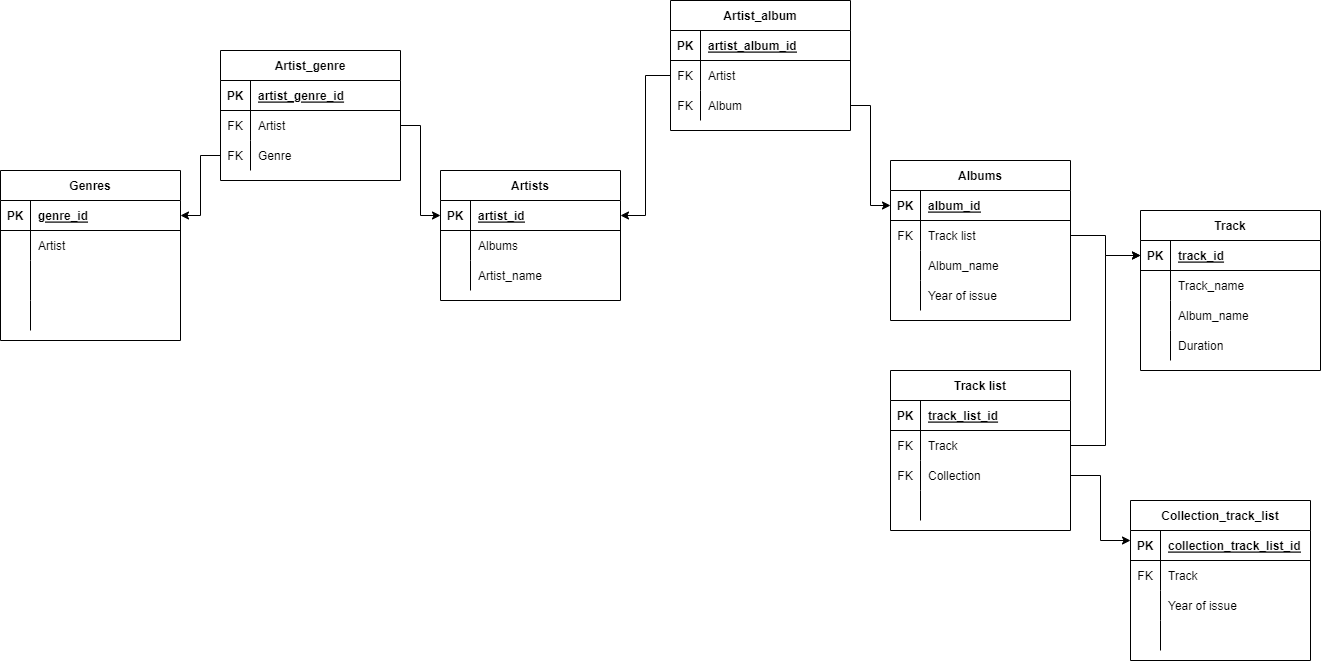
This is sqlpy_dz_2.drawio.png from NoL1eZ/sqlpy_dz_2, a draw.io export, as it was before one commit. Source tidied: cells renumbered, new cells last; positions are measured from the earlier drawing's top-left corner, leaving out a move shared by most shapes.
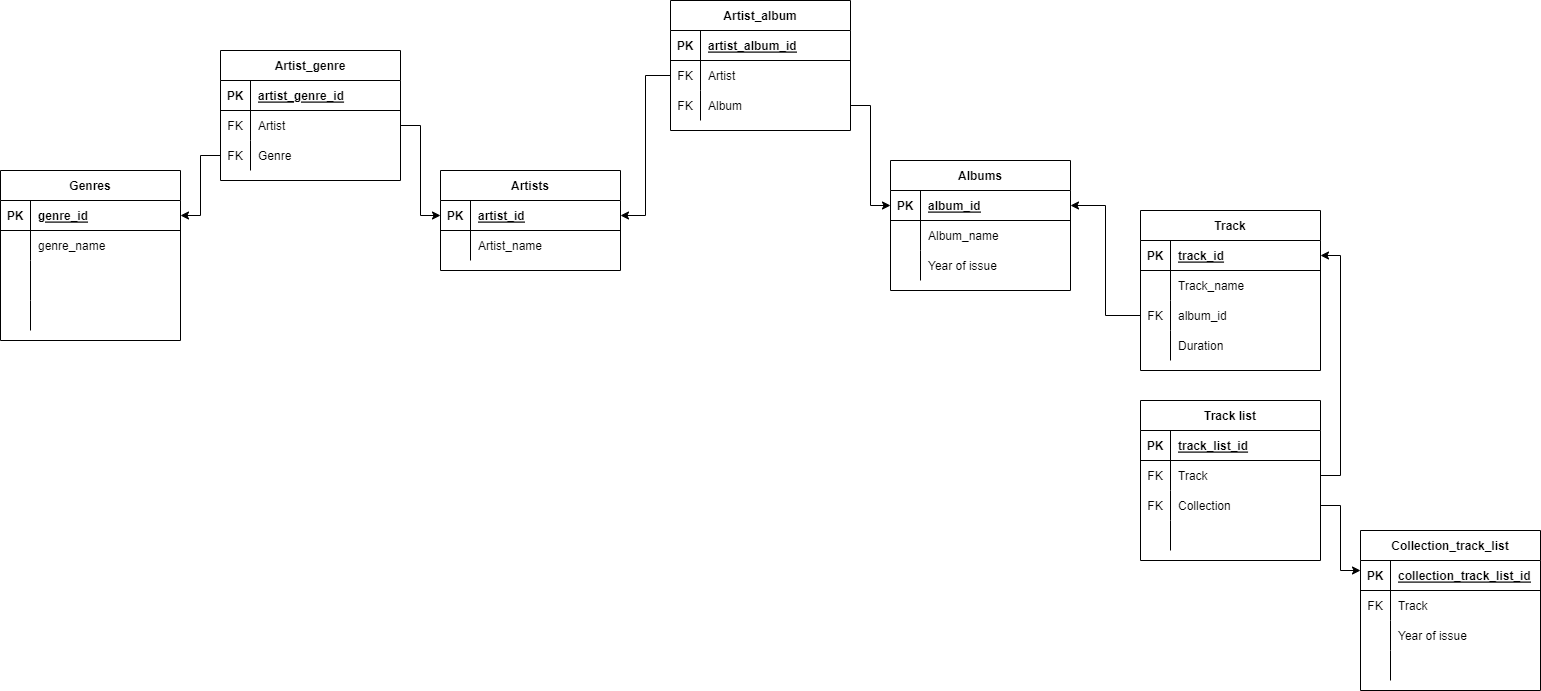
After the commit.

The edit, as a diff of the source:
```diff
@@ -20,7 +20,7 @@
     <mxCell id="7" style="shape=partialRectangle;fillColor=none;top=0;left=0;bottom=0;right=0;overflow=hidden;" parent="6" vertex="1">
       <mxGeometry width="30" height="30" as="geometry" />
     </mxCell>
-    <mxCell id="8" value="Artist" style="shape=partialRectangle;fillColor=none;top=0;left=0;bottom=0;right=0;align=left;spacingLeft=6;overflow=hidden;" parent="6" vertex="1">
+    <mxCell id="8" value="genre_name" style="shape=partialRectangle;fillColor=none;top=0;left=0;bottom=0;right=0;align=left;spacingLeft=6;overflow=hidden;" parent="6" vertex="1">
       <mxGeometry x="30" width="150" height="30" as="geometry" />
     </mxCell>
     <mxCell id="9" style="shape=tableRow;horizontal=0;startSize=0;swimlaneHead=0;swimlaneBody=0;fillColor=none;top=0;left=0;right=0;bottom=0;" parent="2" vertex="1">
@@ -42,7 +42,7 @@
       <mxGeometry x="30" width="150" height="30" as="geometry" />
     </mxCell>
     <mxCell id="15" value="Artists" style="shape=table;startSize=30;rowLines=0;fontStyle=1;align=center;" parent="1" vertex="1">
-      <mxGeometry x="440" y="170" width="180" height="130" as="geometry" />
+      <mxGeometry x="440" y="170" width="180" height="100" as="geometry" />
     </mxCell>
     <mxCell id="16" style="shape=tableRow;horizontal=0;startSize=0;swimlaneHead=0;swimlaneBody=0;fillColor=none;points=[[0,0.5],[1,0.5]];portConstraint=eastwest;top=0;left=0;right=0;bottom=1;" parent="15" vertex="1">
       <mxGeometry y="30" width="180" height="30" as="geometry" />
@@ -53,17 +53,8 @@
     <mxCell id="18" value="artist_id" style="shape=partialRectangle;fillColor=none;top=0;left=0;bottom=0;right=0;align=left;spacingLeft=6;fontStyle=5;overflow=hidden;" parent="16" vertex="1">
       <mxGeometry x="30" width="150" height="30" as="geometry" />
     </mxCell>
-    <mxCell id="19" style="shape=tableRow;horizontal=0;startSize=0;swimlaneHead=0;swimlaneBody=0;fillColor=none;top=0;left=0;right=0;bottom=0;" parent="15" vertex="1">
-      <mxGeometry y="60" width="180" height="30" as="geometry" />
-    </mxCell>
-    <mxCell id="20" style="shape=partialRectangle;fillColor=none;top=0;left=0;bottom=0;right=0;overflow=hidden;" parent="19" vertex="1">
-      <mxGeometry width="30" height="30" as="geometry" />
-    </mxCell>
-    <mxCell id="21" value="Albums" style="shape=partialRectangle;fillColor=none;top=0;left=0;bottom=0;right=0;align=left;spacingLeft=6;overflow=hidden;" parent="19" vertex="1">
-      <mxGeometry x="30" width="150" height="30" as="geometry" />
-    </mxCell>
     <mxCell id="22" style="shape=tableRow;horizontal=0;startSize=0;swimlaneHead=0;swimlaneBody=0;fillColor=none;top=0;left=0;right=0;bottom=0;" parent="15" vertex="1">
-      <mxGeometry y="90" width="180" height="30" as="geometry" />
+      <mxGeometry y="60" width="180" height="30" as="geometry" />
     </mxCell>
     <mxCell id="23" style="shape=partialRectangle;fillColor=none;top=0;left=0;bottom=0;right=0;overflow=hidden;" parent="22" vertex="1">
       <mxGeometry width="30" height="30" as="geometry" />
@@ -72,7 +63,7 @@
       <mxGeometry x="30" width="150" height="30" as="geometry" />
     </mxCell>
     <mxCell id="25" value="Albums" style="shape=table;startSize=30;rowLines=0;fontStyle=1;align=center;" parent="1" vertex="1">
-      <mxGeometry x="890" y="160" width="180" height="160" as="geometry" />
+      <mxGeometry x="890" y="160" width="180" height="130" as="geometry" />
     </mxCell>
     <mxCell id="26" style="shape=tableRow;horizontal=0;startSize=0;swimlaneHead=0;swimlaneBody=0;fillColor=none;points=[[0,0.5],[1,0.5]];portConstraint=eastwest;top=0;left=0;right=0;bottom=1;" parent="25" vertex="1">
       <mxGeometry y="30" width="180" height="30" as="geometry" />
@@ -83,17 +74,8 @@
     <mxCell id="28" value="album_id" style="shape=partialRectangle;fillColor=none;top=0;left=0;bottom=0;right=0;align=left;spacingLeft=6;fontStyle=5;overflow=hidden;" parent="26" vertex="1">
       <mxGeometry x="30" width="150" height="30" as="geometry" />
     </mxCell>
-    <mxCell id="29" style="shape=tableRow;horizontal=0;startSize=0;swimlaneHead=0;swimlaneBody=0;fillColor=none;points=[[0,0.5],[1,0.5]];portConstraint=eastwest;top=0;left=0;right=0;bottom=0;" parent="25" vertex="1">
-      <mxGeometry y="60" width="180" height="30" as="geometry" />
-    </mxCell>
-    <mxCell id="30" value="FK" style="shape=partialRectangle;fillColor=none;top=0;left=0;bottom=0;right=0;overflow=hidden;" parent="29" vertex="1">
-      <mxGeometry width="30" height="30" as="geometry" />
-    </mxCell>
-    <mxCell id="31" value="Track list" style="shape=partialRectangle;fillColor=none;top=0;left=0;bottom=0;right=0;align=left;spacingLeft=6;overflow=hidden;" parent="29" vertex="1">
-      <mxGeometry x="30" width="150" height="30" as="geometry" />
-    </mxCell>
     <mxCell id="32" style="shape=tableRow;horizontal=0;startSize=0;swimlaneHead=0;swimlaneBody=0;fillColor=none;top=0;left=0;right=0;bottom=0;" parent="25" vertex="1">
-      <mxGeometry y="90" width="180" height="30" as="geometry" />
+      <mxGeometry y="60" width="180" height="30" as="geometry" />
     </mxCell>
     <mxCell id="33" style="shape=partialRectangle;fillColor=none;top=0;left=0;bottom=0;right=0;overflow=hidden;" parent="32" vertex="1">
       <mxGeometry width="30" height="30" as="geometry" />
@@ -102,7 +84,7 @@
       <mxGeometry x="30" width="150" height="30" as="geometry" />
     </mxCell>
     <mxCell id="35" style="shape=tableRow;horizontal=0;startSize=0;swimlaneHead=0;swimlaneBody=0;fillColor=none;top=0;left=0;right=0;bottom=0;" parent="25" vertex="1">
-      <mxGeometry y="120" width="180" height="30" as="geometry" />
+      <mxGeometry y="90" width="180" height="30" as="geometry" />
     </mxCell>
     <mxCell id="36" style="shape=partialRectangle;fillColor=none;top=0;left=0;bottom=0;right=0;overflow=hidden;" parent="35" vertex="1">
       <mxGeometry width="30" height="30" as="geometry" />
@@ -111,7 +93,7 @@
       <mxGeometry x="30" width="150" height="30" as="geometry" />
     </mxCell>
     <mxCell id="38" value="Track list" style="shape=table;startSize=30;rowLines=0;fontStyle=1;align=center;" parent="1" vertex="1">
-      <mxGeometry x="890" y="370" width="180" height="160" as="geometry" />
+      <mxGeometry x="1140" y="400" width="180" height="160" as="geometry" />
     </mxCell>
     <mxCell id="39" style="shape=tableRow;horizontal=0;startSize=0;swimlaneHead=0;swimlaneBody=0;fillColor=none;top=0;left=0;right=0;bottom=1;" parent="38" vertex="1">
       <mxGeometry y="30" width="180" height="30" as="geometry" />
@@ -173,10 +155,10 @@
     <mxCell id="58" style="shape=tableRow;horizontal=0;startSize=0;swimlaneHead=0;swimlaneBody=0;fillColor=none;points=[[0,0.5],[1,0.5]];portConstraint=eastwest;top=0;left=0;right=0;bottom=0;" parent="51" vertex="1">
       <mxGeometry y="90" width="180" height="30" as="geometry" />
     </mxCell>
-    <mxCell id="59" style="shape=partialRectangle;fillColor=none;top=0;left=0;bottom=0;right=0;overflow=hidden;" parent="58" vertex="1">
+    <mxCell id="59" value="FK" style="shape=partialRectangle;fillColor=none;top=0;left=0;bottom=0;right=0;overflow=hidden;" parent="58" vertex="1">
       <mxGeometry width="30" height="30" as="geometry" />
     </mxCell>
-    <mxCell id="60" value="Album_name" style="shape=partialRectangle;fillColor=none;top=0;left=0;bottom=0;right=0;align=left;spacingLeft=6;overflow=hidden;" parent="58" vertex="1">
+    <mxCell id="60" value="album_id" style="shape=partialRectangle;fillColor=none;top=0;left=0;bottom=0;right=0;align=left;spacingLeft=6;overflow=hidden;" parent="58" vertex="1">
       <mxGeometry x="30" width="150" height="30" as="geometry" />
     </mxCell>
     <mxCell id="61" style="shape=tableRow;horizontal=0;startSize=0;swimlaneHead=0;swimlaneBody=0;fillColor=none;top=0;left=0;right=0;bottom=0;" parent="51" vertex="1">
@@ -189,7 +171,7 @@
       <mxGeometry x="30" width="150" height="30" as="geometry" />
     </mxCell>
     <mxCell id="64" value="Collection_track_list" style="shape=table;startSize=30;rowLines=0;fontStyle=1;align=center;" parent="1" vertex="1">
-      <mxGeometry x="1130" y="500" width="180" height="160" as="geometry" />
+      <mxGeometry x="1360" y="530" width="180" height="160" as="geometry" />
     </mxCell>
     <mxCell id="65" style="shape=tableRow;horizontal=0;startSize=0;swimlaneHead=0;swimlaneBody=0;fillColor=none;top=0;left=0;right=0;bottom=1;" parent="64" vertex="1">
       <mxGeometry y="30" width="180" height="30" as="geometry" />
@@ -299,14 +281,19 @@
     <mxCell id="100" style="edgeStyle=orthogonalEdgeStyle;rounded=0;jettySize=auto;html=1;entryX=0;entryY=0.5;entryDx=0;entryDy=0;" parent="1" edge="1" source="96" target="26">
       <mxGeometry relative="1" as="geometry" />
     </mxCell>
+    <mxCell id="103" style="edgeStyle=orthogonalEdgeStyle;rounded=0;jettySize=auto;html=1;entryX=0;entryY=0.25;entryDx=0;entryDy=0;" parent="1" edge="1" source="45" target="64">
+      <mxGeometry relative="1" as="geometry" />
+    </mxCell>
+    <mxCell id="104" style="edgeStyle=orthogonalEdgeStyle;rounded=0;jettySize=auto;html=1;" parent="1" edge="1" source="58" target="26">
+      <mxGeometry relative="1" as="geometry" />
+    </mxCell>
-    <mxCell id="101" style="edgeStyle=orthogonalEdgeStyle;rounded=0;jettySize=auto;html=1;entryX=0;entryY=0.5;entryDx=0;entryDy=0;" parent="1" edge="1" source="42" target="52">
-      <mxGeometry relative="1" as="geometry" />
+    <mxCell id="101" style="edgeStyle=orthogonalEdgeStyle;rounded=0;jettySize=auto;html=1;entryX=1;entryY=0.5;entryDx=0;entryDy=0;" parent="1" edge="1" source="42" target="52">
+      <mxGeometry relative="1" as="geometry">
+        <Array as="points">
+          <mxPoint x="1340" y="475" />
+          <mxPoint x="1340" y="255" />
+        </Array>
+      </mxGeometry>
     </mxCell>
-    <mxCell id="102" style="edgeStyle=orthogonalEdgeStyle;rounded=0;jettySize=auto;html=1;" parent="1" edge="1" source="29" target="52">
-      <mxGeometry relative="1" as="geometry" />
-    </mxCell>
-    <mxCell id="103" style="edgeStyle=orthogonalEdgeStyle;rounded=0;jettySize=auto;html=1;entryX=0;entryY=0.25;entryDx=0;entryDy=0;" parent="1" edge="1" source="45" target="64">
-      <mxGeometry relative="1" as="geometry" />
-    </mxCell>
   </root>
 </mxGraphModel>
```
